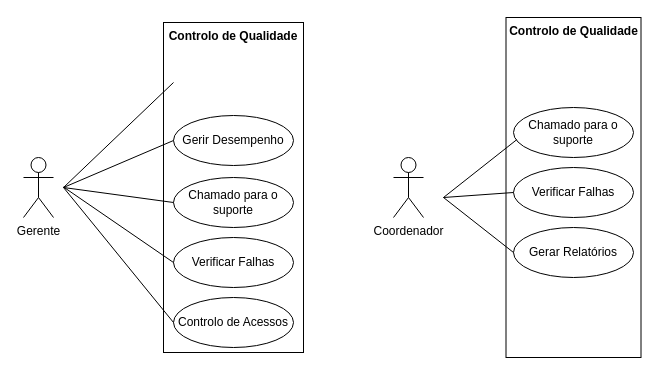
This is page "Page-1" (1 of 3) of Diagrama sem nome.drawio from marceloassis003/Projetos_PWBI, a draw.io file, before an edit. Source tidied: cells renumbered, new cells numbered last; positions are measured from the earlier drawing's top-left corner, leaving out a move shared by most shapes. Both pictures are drawn from the tidied source at 100%, with x=0, y=0 at pixel (23, 17).
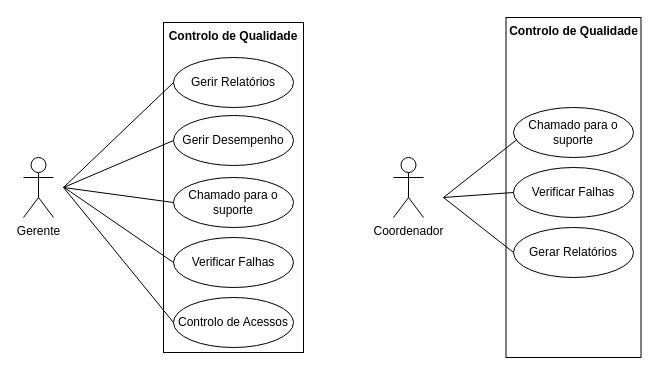
After the change.

The change refers to these unchanged cells:
```xml
<mxCell id="6" value="Gerir Desempenho" style="ellipse;whiteSpace=wrap;html=1;" parent="1" vertex="1">
  <mxGeometry x="150" y="98" width="120" height="50" as="geometry" />
</mxCell>
```

What changed in the source:
```diff
@@
-    <mxCell id="9" style="endArrow=none;html=1;rounded=0;fontFamily=Helvetica;fontSize=12;fontColor=default;entryX=0;entryY=0.5;entryDx=0;entryDy=0;exitX=0;exitY=0.5;exitDx=0;exitDy=0;" parent="1" edge="1" source="6">
+    <mxCell id="9" style="endArrow=none;html=1;rounded=0;fontFamily=Helvetica;fontSize=12;fontColor=default;entryX=0;entryY=0.5;entryDx=0;entryDy=0;exitX=0;exitY=0.5;exitDx=0;exitDy=0;" parent="1" edge="1" source="6" target="19">
       <mxGeometry relative="1" as="geometry">
-        <mxPoint x="150" y="65" as="targetPoint" />
         <Array as="points">
           <mxPoint x="40" y="170" />
         </Array>
       </mxGeometry>
     </mxCell>
@@
+    <mxCell id="19" value="Gerir Relatórios" style="ellipse;whiteSpace=wrap;html=1;" parent="1" vertex="1">
+      <mxGeometry x="150" y="40" width="120" height="50" as="geometry" />
+    </mxCell>
```
